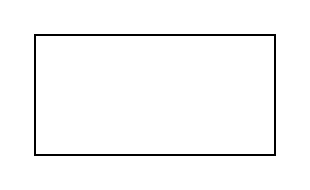
The draw.io diagram 未命名绘图.drawio in luoyifan/testgit, before the edit. Source tidied: cells renumbered, new cells numbered last; positions are measured from the earlier drawing's top-left corner, leaving out a move shared by most shapes. Both pictures are drawn from the tidied source at 200%, with x=0, y=0 at pixel (34, 34).
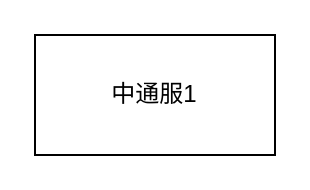
After the change.

Change to the diagram source:
```diff
@@
 <mxGraphModel>
   <root>
     <mxCell id="0" />
     <mxCell id="1" parent="0" />
-    <mxCell id="2" style="rounded=0;whiteSpace=wrap;html=1;" parent="1" vertex="1">
+    <mxCell id="2" value="中通服1" style="rounded=0;whiteSpace=wrap;html=1;" parent="1" vertex="1">
       <mxGeometry width="120" height="60" as="geometry" />
     </mxCell>
   </root>
 </mxGraphModel>
```
